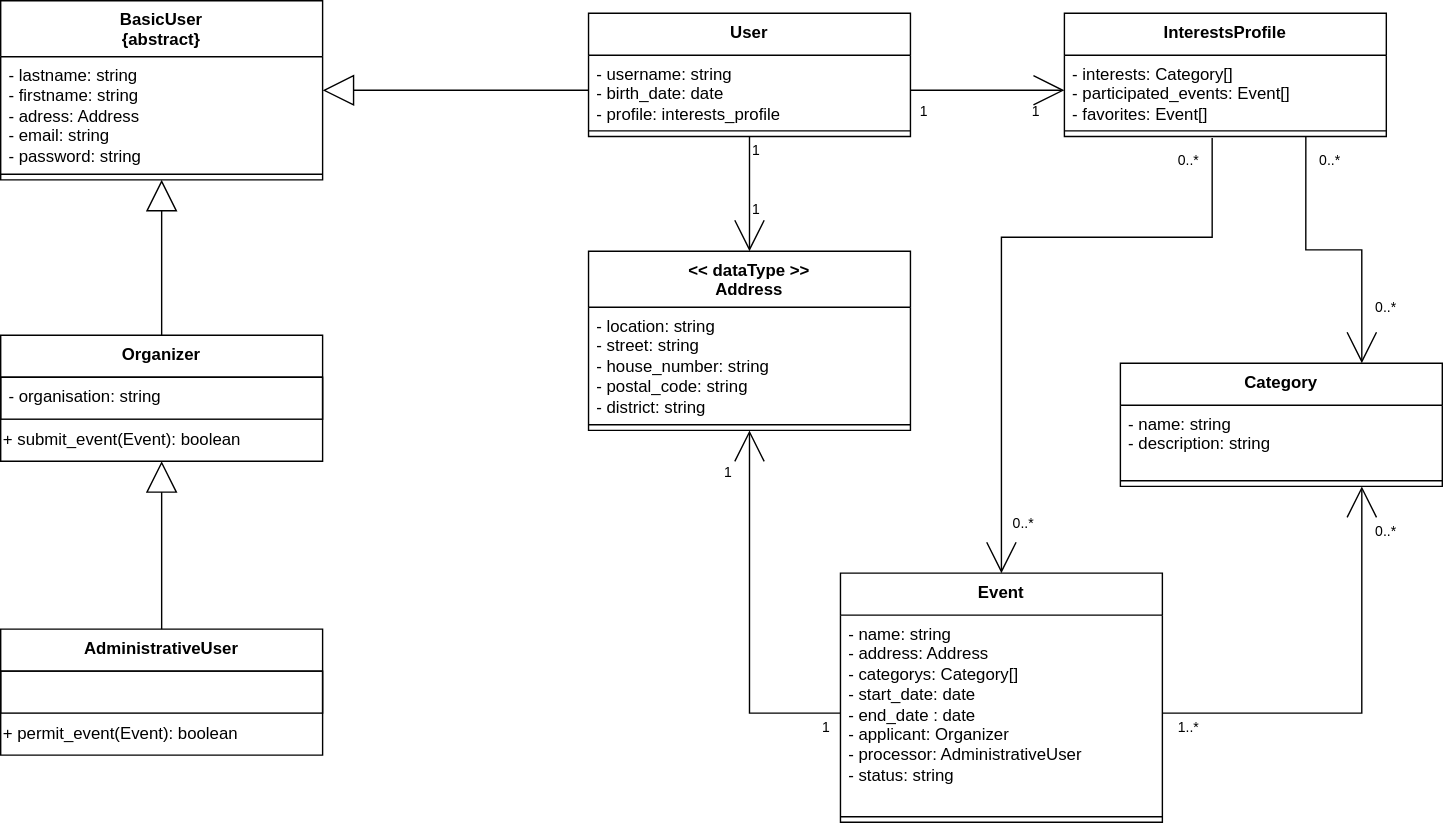
BenjaminBrxun/sonar keeps this draw.io diagram as documentation/diagrams/class-diagram.svg. Above is the earlier version. Source tidied: cells renumbered, new cells last; positions are measured from the earlier drawing's top-left corner, leaving out a move shared by most shapes.
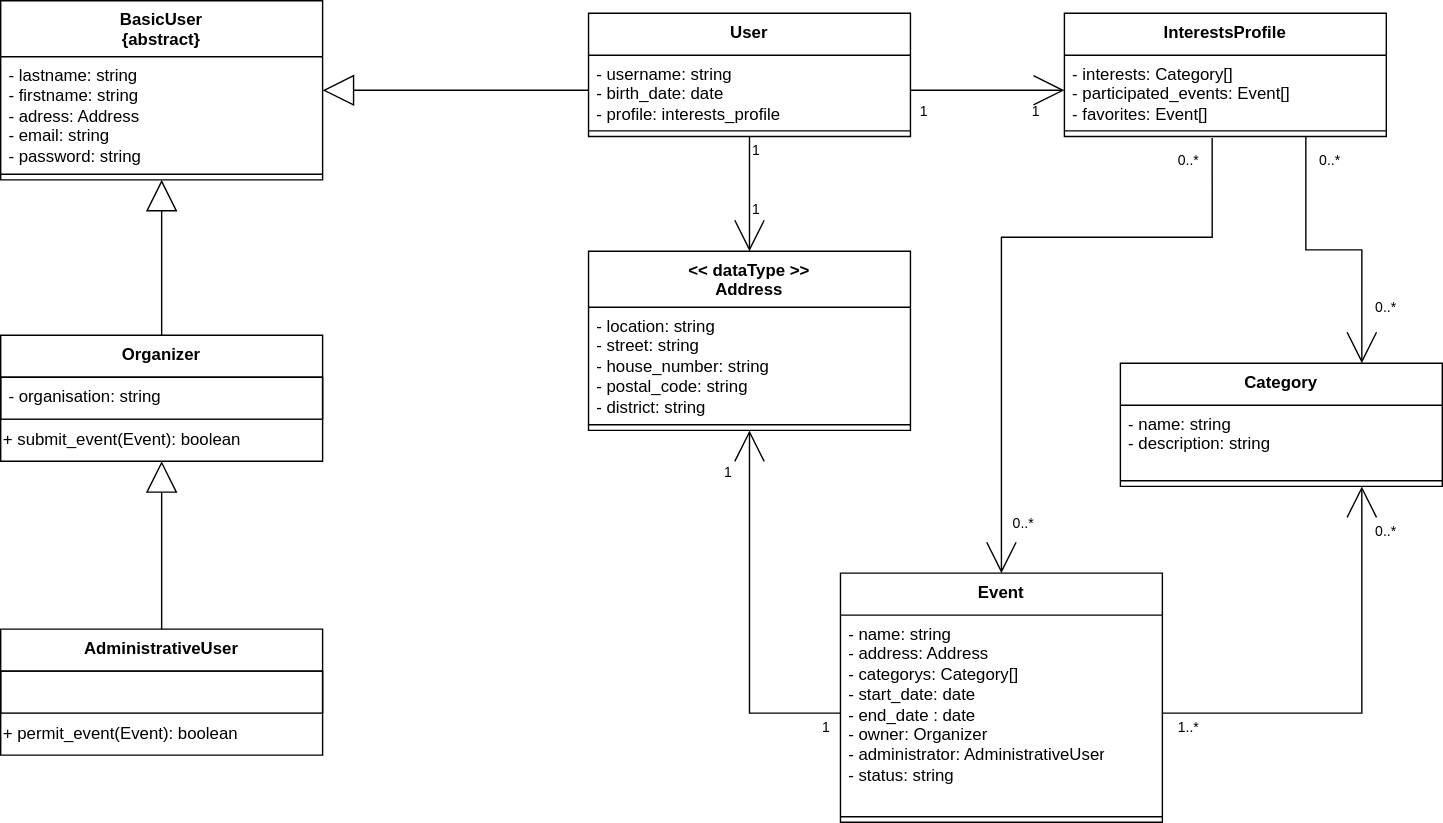
Later version of the same file.

Commit message:
Rename Event variables

The edit, as a diff of the source:
```diff
@@ -50,7 +50,7 @@
     <mxCell id="17" value="Event" style="swimlane;fontStyle=1;align=center;verticalAlign=top;horizontal=1;startSize=30;whiteSpace=wrap;html=1;" parent="1" vertex="1">
       <mxGeometry x="600" y="409" width="230" height="178" as="geometry" />
     </mxCell>
-    <mxCell id="18" value="- name: string&lt;br&gt;- address: Address&lt;br&gt;- categorys: Category[]&lt;br&gt;- start_date: date&lt;br&gt;- end_date : date&lt;br&gt;-&amp;nbsp;applicant: Organizer&lt;br&gt;- processor: AdministrativeUser&lt;br&gt;- status: string" style="text;strokeColor=none;fillColor=none;align=left;verticalAlign=top;spacingLeft=4;spacingRight=4;overflow=hidden;points=[[0,0.5],[1,0.5]];portConstraint=eastwest;whiteSpace=wrap;html=1;" parent="17" vertex="1">
+    <mxCell id="18" value="- name: string&lt;br&gt;- address: Address&lt;br&gt;- categorys: Category[]&lt;br&gt;- start_date: date&lt;br&gt;- end_date : date&lt;br&gt;- owner: Organizer&lt;br&gt;- administrator: AdministrativeUser&lt;br&gt;- status: string" style="text;strokeColor=none;fillColor=none;align=left;verticalAlign=top;spacingLeft=4;spacingRight=4;overflow=hidden;points=[[0,0.5],[1,0.5]];portConstraint=eastwest;whiteSpace=wrap;html=1;" parent="17" vertex="1">
       <mxGeometry y="30" width="230" height="140" as="geometry" />
     </mxCell>
     <mxCell id="19" style="line;strokeWidth=1;fillColor=none;align=left;verticalAlign=middle;spacingTop=-1;spacingLeft=3;spacingRight=3;labelPosition=right;strokeColor=inherit;" parent="17" vertex="1">
```
